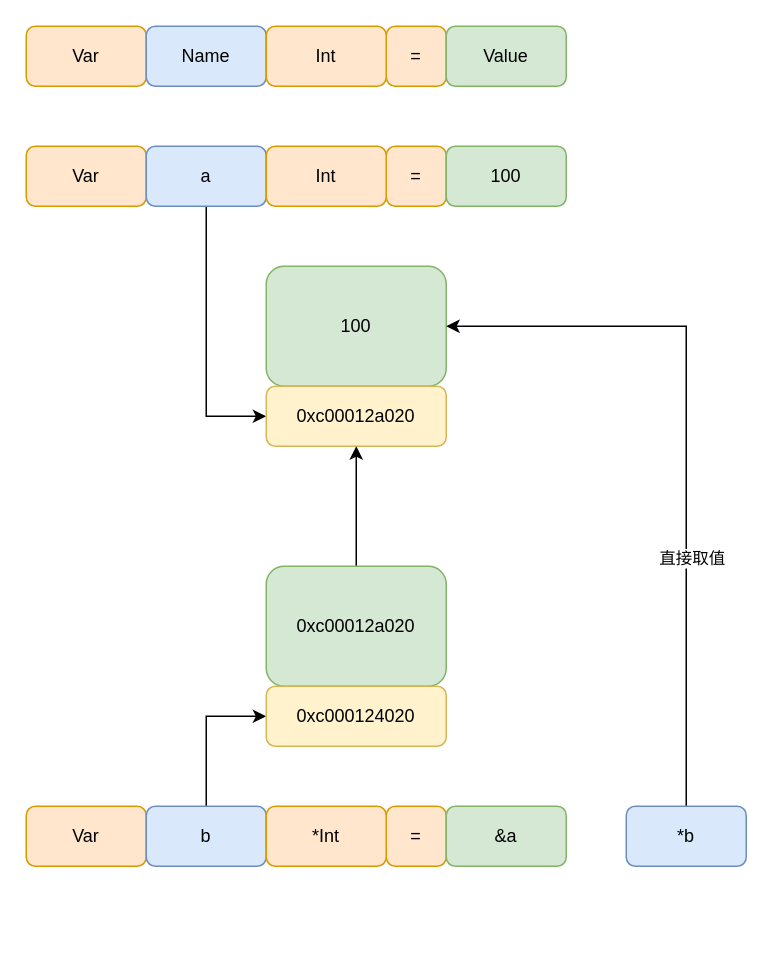
Above: page "指针变量" (2 of 2) of 2-variable/variable.drawio in Zhouchaowen/golang-tutorial (draw.io), before the change. Source tidied: cells renumbered, new cells numbered last; positions are measured from the earlier drawing's top-left corner, leaving out a move shared by most shapes. Both pictures are drawn from the tidied source at 150%, with x=0, y=0 at pixel (26, 26).
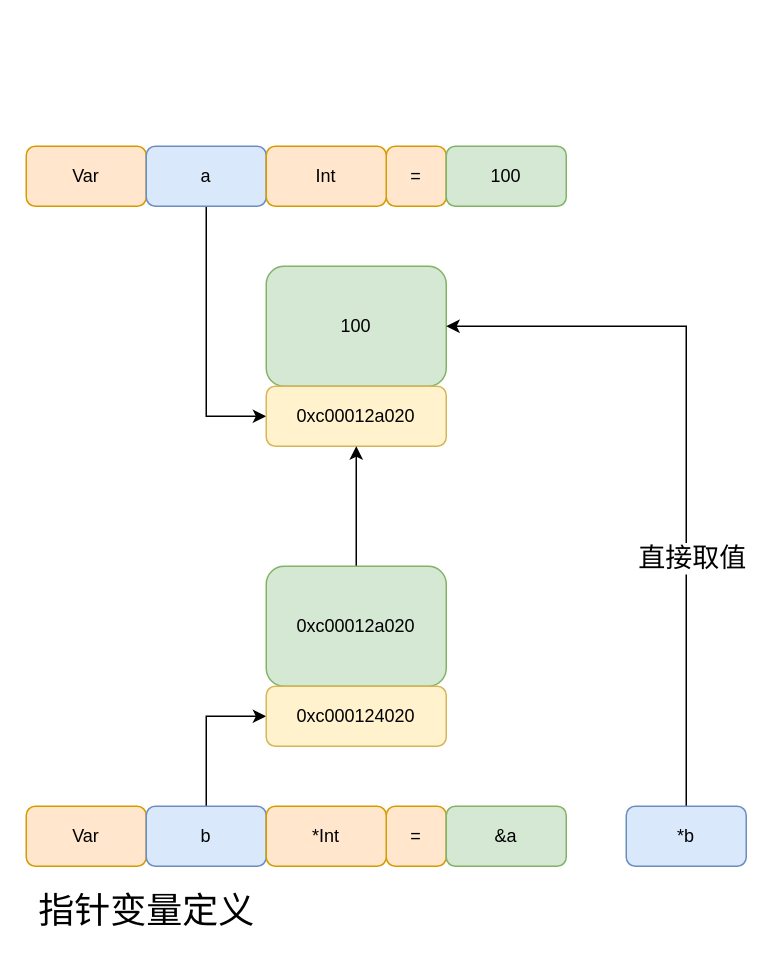
The same diagram, later.

Unchanged cells that the change refers to:
```xml
<mxCell id="24" style="edgeStyle=orthogonalEdgeStyle;rounded=0;jettySize=auto;html=1;exitX=0.5;exitY=0;exitDx=0;exitDy=0;entryX=1;entryY=0.5;entryDx=0;entryDy=0;" parent="1" edge="1" source="26" target="2">
  <mxGeometry relative="1" as="geometry" />
</mxCell>
```

What changed in the source:
```diff
@@
-    <mxCell id="3" value="Var" style="rounded=1;whiteSpace=wrap;html=1;fillColor=#ffe6cc;strokeColor=#d79b00;" parent="1" vertex="1">
-      <mxGeometry width="80" height="40" as="geometry" />
-    </mxCell>
-    <mxCell id="4" value="Name" style="rounded=1;whiteSpace=wrap;html=1;fillColor=#dae8fc;strokeColor=#6c8ebf;" parent="1" vertex="1">
-      <mxGeometry x="80" width="80" height="40" as="geometry" />
-    </mxCell>
-    <mxCell id="5" value="=" style="rounded=1;whiteSpace=wrap;html=1;fillColor=#ffe6cc;strokeColor=#d79b00;" parent="1" vertex="1">
-      <mxGeometry x="240" width="40" height="40" as="geometry" />
-    </mxCell>
-    <mxCell id="6" value="Value" style="rounded=1;whiteSpace=wrap;html=1;fillColor=#d5e8d4;strokeColor=#82b366;" parent="1" vertex="1">
-      <mxGeometry x="280" width="80" height="40" as="geometry" />
-    </mxCell>
-    <mxCell id="7" value="Int" style="rounded=1;whiteSpace=wrap;html=1;fillColor=#ffe6cc;strokeColor=#d79b00;" parent="1" vertex="1">
-      <mxGeometry x="160" width="80" height="40" as="geometry" />
-    </mxCell>
@@
-    <mxCell id="25" value="直接取值" style="edgeLabel;html=1;align=center;verticalAlign=middle;" parent="24" vertex="1">
+    <mxCell id="25" value="直接取值" style="edgeLabel;html=1;align=center;verticalAlign=middle;fontSize=18;" parent="24" vertex="1">
       <mxGeometry x="-0.31" y="-3" relative="1" as="geometry" />
     </mxCell>
@@
+    <mxCell id="27" value="&lt;font style=&quot;font-size: 24px&quot;&gt;指针变量定义&lt;/font&gt;" style="text;html=1;align=center;verticalAlign=middle;strokeColor=none;" parent="1" vertex="1">
+      <mxGeometry y="580" width="160" height="20" as="geometry" />
+    </mxCell>
```
